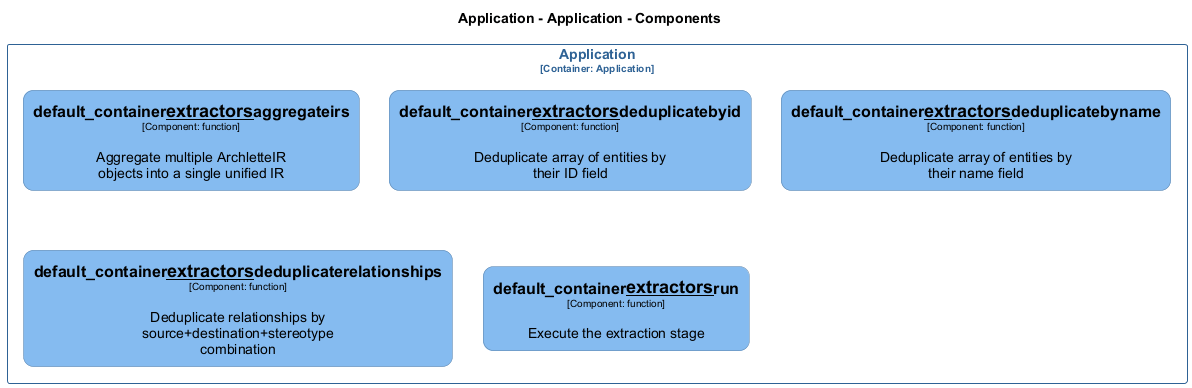
The PlantUML diagram docs/architecture/diagrams/structurizr-Classes_default_container__extractors.png in chrislyons-dev/archlette, before a commit.
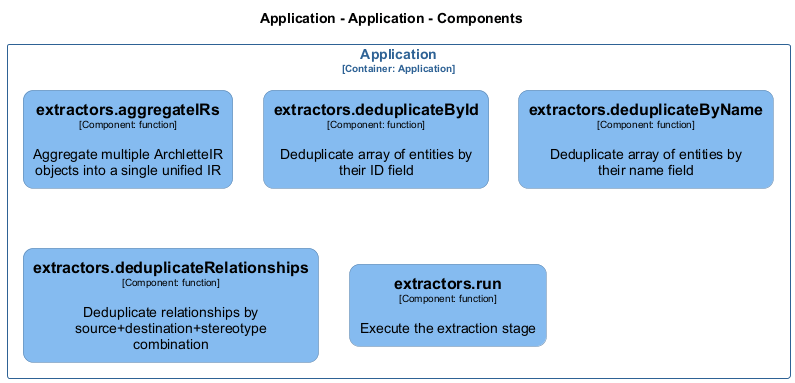
Later version of the same file.

Change to the diagram source:
```diff
@@ -16,35 +16,35 @@
 
 hide stereotype
 
-skinparam rectangle<<Application.Application.default_container__extractors__aggregateirs>> {
+skinparam rectangle<<Application.Application.extractorsaggregateIRs>> {
   BackgroundColor #85bbf0
   FontColor #000000
   BorderColor #5d82a8
   roundCorner 20
   shadowing false
 }
-skinparam rectangle<<Application.Application.default_container__extractors__deduplicatebyid>> {
+skinparam rectangle<<Application.Application.extractorsdeduplicateById>> {
   BackgroundColor #85bbf0
   FontColor #000000
   BorderColor #5d82a8
   roundCorner 20
   shadowing false
 }
-skinparam rectangle<<Application.Application.default_container__extractors__deduplicatebyname>> {
+skinparam rectangle<<Application.Application.extractorsdeduplicateByName>> {
   BackgroundColor #85bbf0
   FontColor #000000
   BorderColor #5d82a8
   roundCorner 20
   shadowing false
 }
-skinparam rectangle<<Application.Application.default_container__extractors__deduplicaterelationships>> {
+skinparam rectangle<<Application.Application.extractorsdeduplicateRelationships>> {
   BackgroundColor #85bbf0
   FontColor #000000
   BorderColor #5d82a8
   roundCorner 20
   shadowing false
 }
-skinparam rectangle<<Application.Application.default_container__extractors__run>> {
+skinparam rectangle<<Application.Application.extractorsrun>> {
   BackgroundColor #85bbf0
   FontColor #000000
   BorderColor #5d82a8
@@ -58,11 +58,11 @@
 }
 
 rectangle "Application\n<size:10>[Container: Application]</size>" <<Application.Application>> {
-  rectangle "==default_container__extractors__aggregateirs\n<size:10>[Component: function]</size>\n\nAggregate multiple ArchletteIR objects into a single unified IR" <<Application.Application.default_container__extractors__aggregateirs>> as Application.Application.default_container__extractors__aggregateirs
-  rectangle "==default_container__extractors__deduplicatebyid\n<size:10>[Component: function]</size>\n\nDeduplicate array of entities by their ID field" <<Application.Application.default_container__extractors__deduplicatebyid>> as Application.Application.default_container__extractors__deduplicatebyid
-  rectangle "==default_container__extractors__deduplicatebyname\n<size:10>[Component: function]</size>\n\nDeduplicate array of entities by their name field" <<Application.Application.default_container__extractors__deduplicatebyname>> as Application.Application.default_container__extractors__deduplicatebyname
-  rectangle "==default_container__extractors__deduplicaterelationships\n<size:10>[Component: function]</size>\n\nDeduplicate relationships by source+destination+stereotype combination" <<Application.Application.default_container__extractors__deduplicaterelationships>> as Application.Application.default_container__extractors__deduplicaterelationships
-  rectangle "==default_container__extractors__run\n<size:10>[Component: function]</size>\n\nExecute the extraction stage" <<Application.Application.default_container__extractors__run>> as Application.Application.default_container__extractors__run
+  rectangle "==extractors.aggregateIRs\n<size:10>[Component: function]</size>\n\nAggregate multiple ArchletteIR objects into a single unified IR" <<Application.Application.extractorsaggregateIRs>> as Application.Application.extractorsaggregateIRs
+  rectangle "==extractors.deduplicateById\n<size:10>[Component: function]</size>\n\nDeduplicate array of entities by their ID field" <<Application.Application.extractorsdeduplicateById>> as Application.Application.extractorsdeduplicateById
+  rectangle "==extractors.deduplicateByName\n<size:10>[Component: function]</size>\n\nDeduplicate array of entities by their name field" <<Application.Application.extractorsdeduplicateByName>> as Application.Application.extractorsdeduplicateByName
+  rectangle "==extractors.deduplicateRelationships\n<size:10>[Component: function]</size>\n\nDeduplicate relationships by source+destination+stereotype combination" <<Application.Application.extractorsdeduplicateRelationships>> as Application.Application.extractorsdeduplicateRelationships
+  rectangle "==extractors.run\n<size:10>[Component: function]</size>\n\nExecute the extraction stage" <<Application.Application.extractorsrun>> as Application.Application.extractorsrun
 }
 
 @enduml
```
